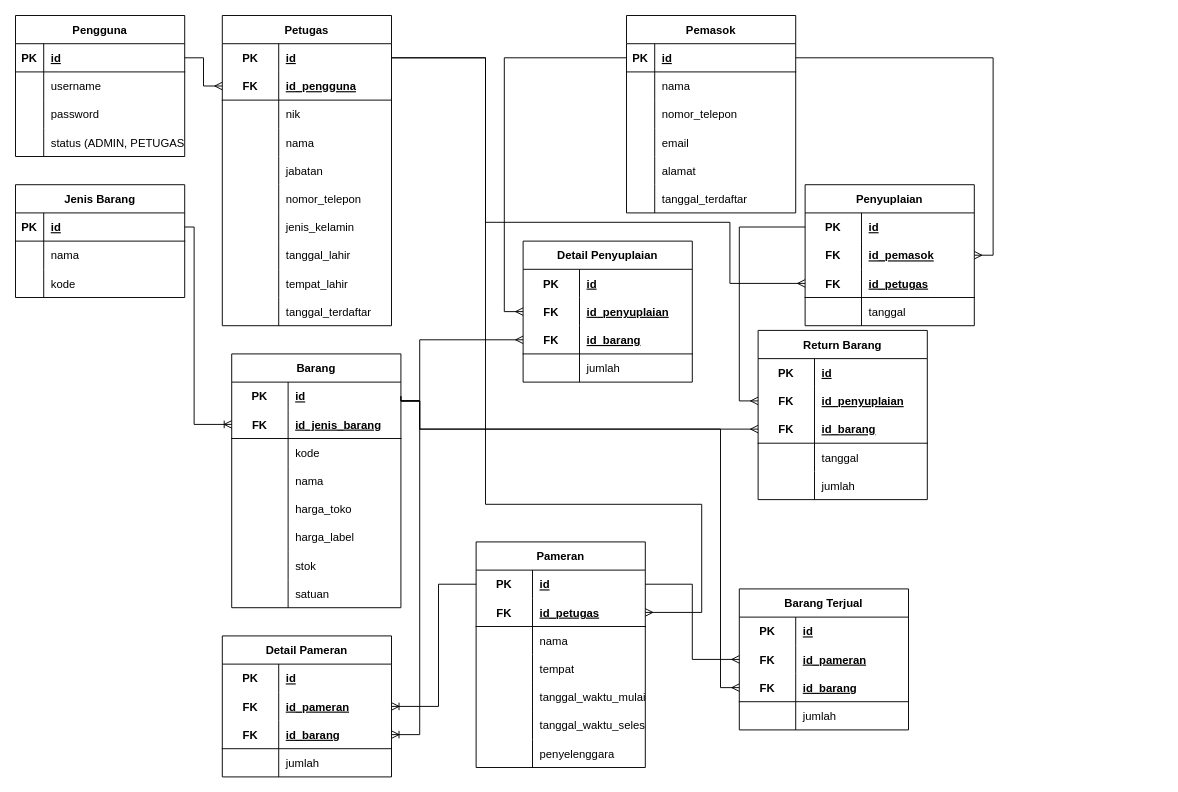
The draw.io diagram db/Database Schema.drawio in yafizh/Aplikasi-Gudang-The-Zamrud-Jewellery, before the edit. Source tidied: cells renumbered, new cells numbered last; positions are measured from the earlier drawing's top-left corner, leaving out a move shared by most shapes. Both pictures are drawn from the tidied source at 94%, with x=0, y=0 at pixel (15, 15).
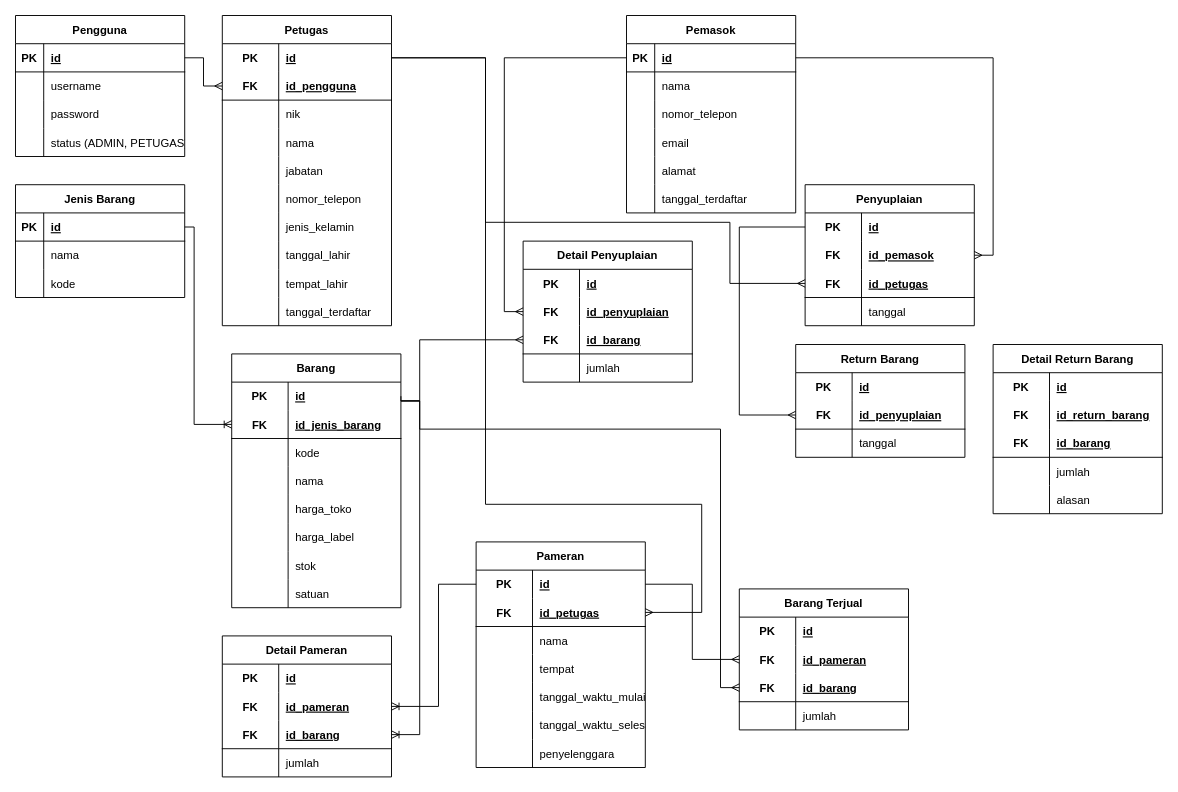
The same page after the edit.

Commit message (it also covers changes not shown here):
seeder and trigger statement return barnag

The change refers to these unchanged cells:
```xml
<mxCell id="57" style="shape=tableRow;horizontal=0;startSize=0;swimlaneHead=0;swimlaneBody=0;fillColor=none;points=[[0,0.5],[1,0.5]];portConstraint=eastwest;top=0;left=0;right=0;bottom=0;" parent="56" vertex="1">
  <mxGeometry y="30" width="180" height="30" as="geometry" />
</mxCell>
<mxCell id="101" style="shape=tableRow;horizontal=0;startSize=0;swimlaneHead=0;swimlaneBody=0;fillColor=none;points=[[0,0.5],[1,0.5]];portConstraint=eastwest;top=0;left=0;right=0;bottom=0;" parent="100" vertex="1">
  <mxGeometry y="30" width="180" height="30" as="geometry" />
</mxCell>
```

Change to the diagram source:
```diff
@@
     <mxCell id="153" value="Return Barang" style="shape=table;startSize=30;childLayout=tableLayout;rowLines=0;fontStyle=1;align=center;" parent="1" vertex="1">
-      <mxGeometry x="790" y="335" width="180" height="180" as="geometry" />
+      <mxGeometry x="830" y="350" width="180" height="120" as="geometry" />
     </mxCell>
@@
-    <mxCell id="157" style="shape=tableRow;horizontal=0;startSize=0;swimlaneHead=0;swimlaneBody=0;fillColor=none;points=[[0,0.5],[1,0.5]];portConstraint=eastwest;top=0;left=0;right=0;bottom=0;" parent="153" vertex="1">
-      <mxGeometry y="60" width="180" height="30" as="geometry" />
-    </mxCell>
-    <mxCell id="158" value="FK" style="shape=partialRectangle;fillColor=none;top=0;left=0;bottom=0;right=0;fontStyle=1;overflow=hidden;" parent="157" vertex="1">
-      <mxGeometry width="60" height="30" as="geometry" />
-    </mxCell>
-    <mxCell id="159" value="id_penyuplaian" style="shape=partialRectangle;fillColor=none;top=0;left=0;bottom=0;right=0;align=left;spacingLeft=6;fontStyle=5;overflow=hidden;" parent="157" vertex="1">
-      <mxGeometry x="60" width="120" height="30" as="geometry" />
-    </mxCell>
     <mxCell id="160" style="shape=tableRow;horizontal=0;startSize=0;swimlaneHead=0;swimlaneBody=0;fillColor=none;points=[[0,0.5],[1,0.5]];portConstraint=eastwest;top=0;left=0;right=0;bottom=1;" parent="153" vertex="1">
-      <mxGeometry y="90" width="180" height="30" as="geometry" />
+      <mxGeometry y="60" width="180" height="30" as="geometry" />
     </mxCell>
@@
-    <mxCell id="162" value="id_barang" style="shape=partialRectangle;fillColor=none;top=0;left=0;bottom=0;right=0;align=left;spacingLeft=6;fontStyle=5;overflow=hidden;" parent="160" vertex="1">
+    <mxCell id="162" value="id_penyuplaian" style="shape=partialRectangle;fillColor=none;top=0;left=0;bottom=0;right=0;align=left;spacingLeft=6;fontStyle=5;overflow=hidden;" parent="160" vertex="1">
       <mxGeometry x="60" width="120" height="30" as="geometry" />
     </mxCell>
     <mxCell id="163" style="shape=tableRow;horizontal=0;startSize=0;swimlaneHead=0;swimlaneBody=0;fillColor=none;top=0;left=0;right=0;bottom=0;" parent="153" vertex="1">
-      <mxGeometry y="120" width="180" height="30" as="geometry" />
+      <mxGeometry y="90" width="180" height="30" as="geometry" />
     </mxCell>
@@
-    <mxCell id="166" style="shape=tableRow;horizontal=0;startSize=0;swimlaneHead=0;swimlaneBody=0;fillColor=none;top=0;left=0;right=0;bottom=0;" parent="153" vertex="1">
-      <mxGeometry y="150" width="180" height="30" as="geometry" />
-    </mxCell>
-    <mxCell id="167" style="shape=partialRectangle;fillColor=none;top=0;left=0;bottom=0;right=0;overflow=hidden;" parent="166" vertex="1">
-      <mxGeometry width="60" height="30" as="geometry" />
-    </mxCell>
-    <mxCell id="168" value="jumlah" style="shape=partialRectangle;fillColor=none;top=0;left=0;bottom=0;right=0;align=left;spacingLeft=6;overflow=hidden;" parent="166" vertex="1">
-      <mxGeometry x="60" width="120" height="30" as="geometry" />
-    </mxCell>
-    <mxCell id="169" style="edgeStyle=orthogonalEdgeStyle;rounded=0;jettySize=auto;html=1;entryX=0;entryY=0.5;entryDx=0;entryDy=0;endArrow=ERmany;endFill=0;exitX=1;exitY=0.5;exitDx=0;exitDy=0;" parent="1" edge="1" source="57" target="160">
-      <mxGeometry relative="1" as="geometry">
-        <Array as="points">
-          <mxPoint x="410" y="410" />
-          <mxPoint x="430" y="410" />
-          <mxPoint x="430" y="440" />
-        </Array>
-      </mxGeometry>
-    </mxCell>
-    <mxCell id="170" style="edgeStyle=orthogonalEdgeStyle;rounded=0;jettySize=auto;html=1;entryX=0;entryY=0.5;entryDx=0;entryDy=0;endArrow=ERmany;endFill=0;" parent="1" edge="1" source="101" target="157">
-      <mxGeometry relative="1" as="geometry" />
+    <mxCell id="170" style="edgeStyle=orthogonalEdgeStyle;rounded=0;jettySize=auto;html=1;entryX=0;entryY=0.5;entryDx=0;entryDy=0;endArrow=ERmany;endFill=0;" parent="1" edge="1" source="101" target="160">
+      <mxGeometry relative="1" as="geometry">
+        <Array as="points">
+          <mxPoint x="770" y="225" />
+          <mxPoint x="770" y="425" />
+        </Array>
+      </mxGeometry>
     </mxCell>
@@
+    <mxCell id="203" value="Detail Return Barang" style="shape=table;startSize=30;childLayout=tableLayout;rowLines=0;fontStyle=1;align=center;" parent="1" vertex="1">
+      <mxGeometry x="1040" y="350" width="180" height="180" as="geometry" />
+    </mxCell>
+    <mxCell id="204" style="shape=tableRow;horizontal=0;startSize=0;swimlaneHead=0;swimlaneBody=0;fillColor=none;top=0;left=0;right=0;bottom=0;" parent="203" vertex="1">
+      <mxGeometry y="30" width="180" height="30" as="geometry" />
+    </mxCell>
+    <mxCell id="205" value="PK" style="shape=partialRectangle;fillColor=none;top=0;left=0;bottom=0;right=0;fontStyle=1;overflow=hidden;" parent="204" vertex="1">
+      <mxGeometry width="60" height="30" as="geometry" />
+    </mxCell>
+    <mxCell id="206" value="id" style="shape=partialRectangle;fillColor=none;top=0;left=0;bottom=0;right=0;align=left;spacingLeft=6;fontStyle=5;overflow=hidden;" parent="204" vertex="1">
+      <mxGeometry x="60" width="120" height="30" as="geometry" />
+    </mxCell>
+    <mxCell id="157" style="shape=tableRow;horizontal=0;startSize=0;swimlaneHead=0;swimlaneBody=0;fillColor=none;points=[[0,0.5],[1,0.5]];portConstraint=eastwest;top=0;left=0;right=0;bottom=0;" parent="203" vertex="1">
+      <mxGeometry y="60" width="180" height="30" as="geometry" />
+    </mxCell>
+    <mxCell id="207" value="FK" style="shape=partialRectangle;fillColor=none;top=0;left=0;bottom=0;right=0;fontStyle=1;overflow=hidden;" parent="157" vertex="1">
+      <mxGeometry width="60" height="30" as="geometry" />
+    </mxCell>
+    <mxCell id="208" value="id_return_barang" style="shape=partialRectangle;fillColor=none;top=0;left=0;bottom=0;right=0;align=left;spacingLeft=6;fontStyle=5;overflow=hidden;" parent="157" vertex="1">
+      <mxGeometry x="60" width="120" height="30" as="geometry" />
+    </mxCell>
+    <mxCell id="209" style="shape=tableRow;horizontal=0;startSize=0;swimlaneHead=0;swimlaneBody=0;fillColor=none;top=0;left=0;right=0;bottom=1;" parent="203" vertex="1">
+      <mxGeometry y="90" width="180" height="30" as="geometry" />
+    </mxCell>
+    <mxCell id="210" value="FK" style="shape=partialRectangle;fillColor=none;top=0;left=0;bottom=0;right=0;fontStyle=1;overflow=hidden;" parent="209" vertex="1">
+      <mxGeometry width="60" height="30" as="geometry" />
+    </mxCell>
+    <mxCell id="211" value="id_barang" style="shape=partialRectangle;fillColor=none;top=0;left=0;bottom=0;right=0;align=left;spacingLeft=6;fontStyle=5;overflow=hidden;" parent="209" vertex="1">
+      <mxGeometry x="60" width="120" height="30" as="geometry" />
+    </mxCell>
+    <mxCell id="212" style="shape=tableRow;horizontal=0;startSize=0;swimlaneHead=0;swimlaneBody=0;fillColor=none;top=0;left=0;right=0;bottom=0;" parent="203" vertex="1">
+      <mxGeometry y="120" width="180" height="30" as="geometry" />
+    </mxCell>
+    <mxCell id="213" style="shape=partialRectangle;fillColor=none;top=0;left=0;bottom=0;right=0;overflow=hidden;" parent="212" vertex="1">
+      <mxGeometry width="60" height="30" as="geometry" />
+    </mxCell>
+    <mxCell id="168" value="jumlah" style="shape=partialRectangle;fillColor=none;top=0;left=0;bottom=0;right=0;align=left;spacingLeft=6;overflow=hidden;" parent="212" vertex="1">
+      <mxGeometry x="60" width="120" height="30" as="geometry" />
+    </mxCell>
+    <mxCell id="166" style="shape=tableRow;horizontal=0;startSize=0;swimlaneHead=0;swimlaneBody=0;fillColor=none;top=0;left=0;right=0;bottom=0;" parent="203" vertex="1">
+      <mxGeometry y="150" width="180" height="30" as="geometry" />
+    </mxCell>
+    <mxCell id="214" style="shape=partialRectangle;fillColor=none;top=0;left=0;bottom=0;right=0;overflow=hidden;" parent="166" vertex="1">
+      <mxGeometry width="60" height="30" as="geometry" />
+    </mxCell>
+    <mxCell id="215" value="alasan" style="shape=partialRectangle;fillColor=none;top=0;left=0;bottom=0;right=0;align=left;spacingLeft=6;overflow=hidden;" parent="166" vertex="1">
+      <mxGeometry x="60" width="120" height="30" as="geometry" />
+    </mxCell>
```
